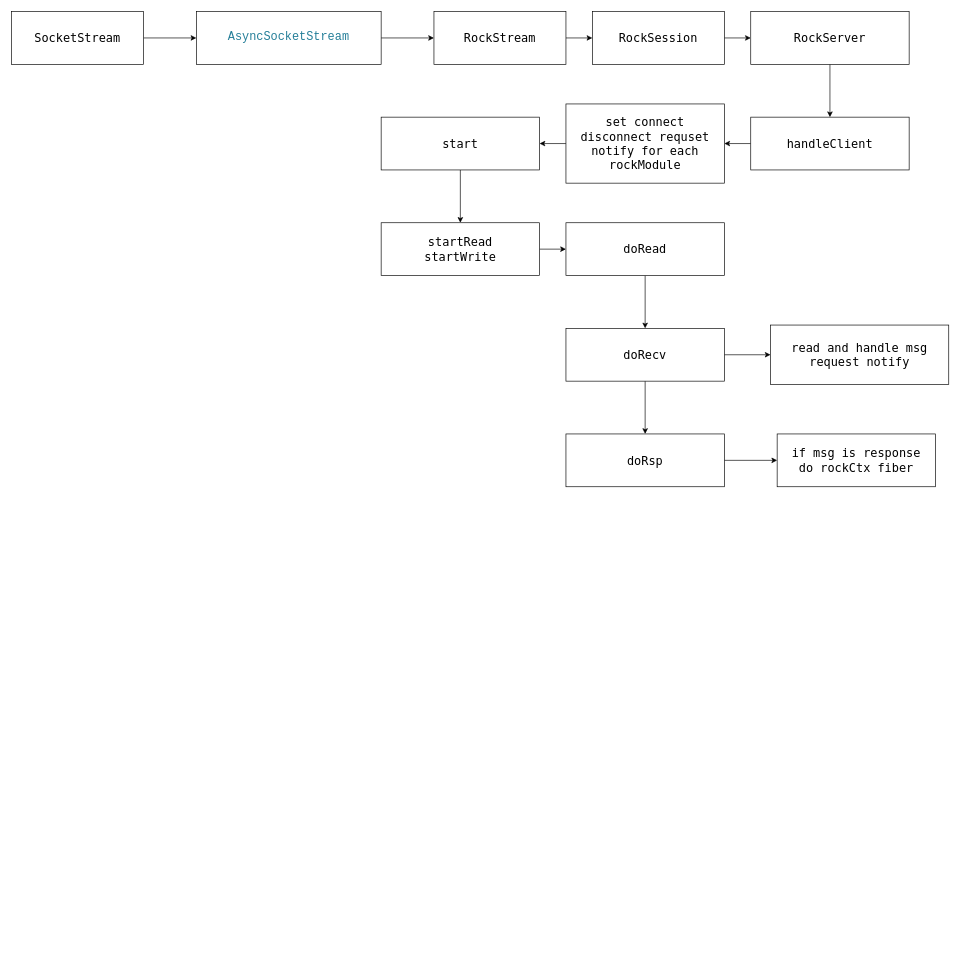
Earlier version of the draw.io diagram rockserver.drawio (Mn258/WebServer). Source tidied: cells renumbered, new cells numbered last; positions are measured from the earlier drawing's top-left corner, leaving out a move shared by most shapes. Both pictures are drawn from the tidied source at 66%, with x=0, y=0 at pixel (11, 11).
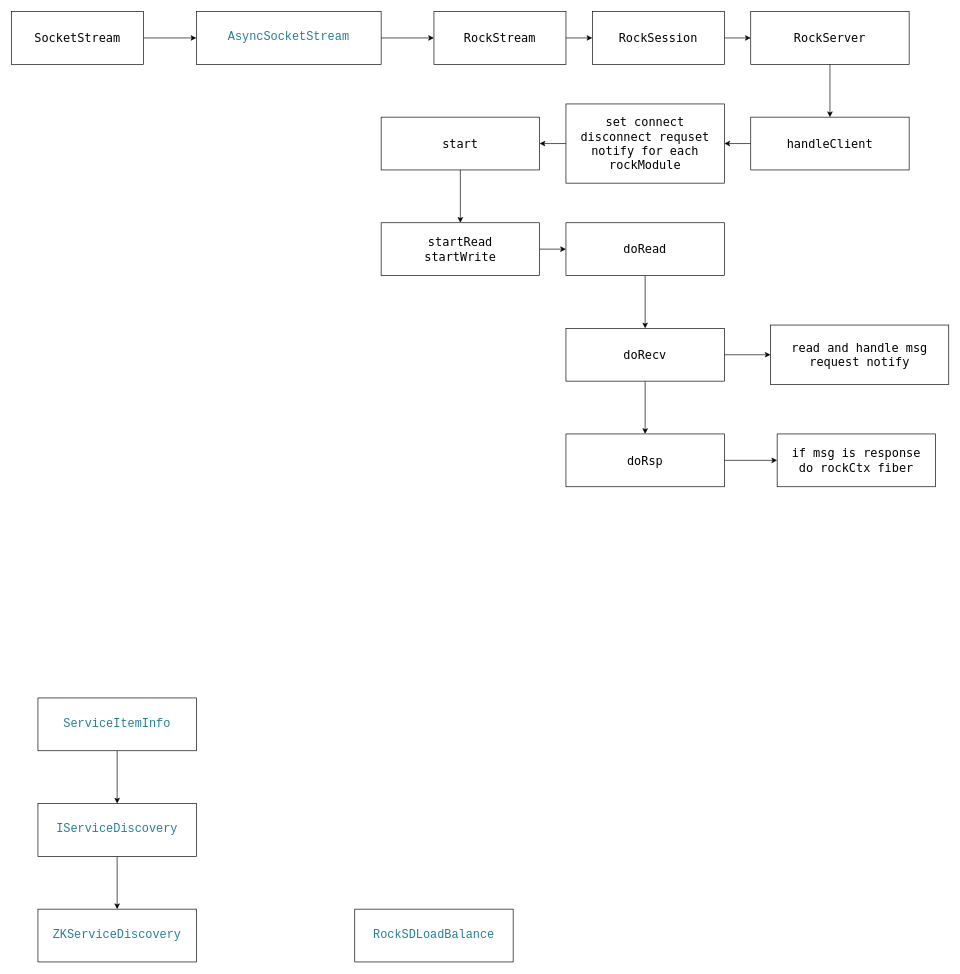
The same page after the edit.

What changed in the source:
```diff
@@
+    <mxCell id="29" style="edgeStyle=orthogonalEdgeStyle;rounded=0;jettySize=auto;html=1;" parent="1" edge="1" source="30" target="31">
+      <mxGeometry relative="1" as="geometry" />
+    </mxCell>
+    <mxCell id="30" value="&lt;div style=&quot;color: rgb(59, 59, 59); background-color: rgb(255, 255, 255); font-family: Consolas, &amp;quot;Courier New&amp;quot;, monospace; line-height: 19px; white-space: pre;&quot;&gt;&lt;div style=&quot;line-height: 19px;&quot;&gt;&lt;span style=&quot;color: rgb(38, 127, 153);&quot;&gt;&lt;font style=&quot;font-size: 18px;&quot;&gt;IServiceDiscovery&lt;/font&gt;&lt;/span&gt;&lt;/div&gt;&lt;/div&gt;" style="rounded=0;whiteSpace=wrap;html=1;" parent="1" vertex="1">
+      <mxGeometry x="40" y="1200" width="240" height="80" as="geometry" />
+    </mxCell>
+    <mxCell id="31" value="&lt;div style=&quot;color: rgb(59, 59, 59); background-color: rgb(255, 255, 255); font-family: Consolas, &amp;quot;Courier New&amp;quot;, monospace; line-height: 19px; white-space: pre;&quot;&gt;&lt;span style=&quot;color: rgb(38, 127, 153);&quot;&gt;&lt;font style=&quot;font-size: 18px;&quot;&gt;ZKServiceDiscovery&lt;/font&gt;&lt;/span&gt;&lt;/div&gt;" style="rounded=0;whiteSpace=wrap;html=1;" parent="1" vertex="1">
+      <mxGeometry x="40" y="1360" width="240" height="80" as="geometry" />
+    </mxCell>
+    <mxCell id="32" style="edgeStyle=orthogonalEdgeStyle;rounded=0;jettySize=auto;html=1;" parent="1" edge="1" source="33" target="30">
+      <mxGeometry relative="1" as="geometry" />
+    </mxCell>
+    <mxCell id="33" value="&lt;div style=&quot;color: rgb(59, 59, 59); background-color: rgb(255, 255, 255); font-family: Consolas, &amp;quot;Courier New&amp;quot;, monospace; line-height: 19px; white-space: pre;&quot;&gt;&lt;div style=&quot;line-height: 19px;&quot;&gt;&lt;div style=&quot;line-height: 19px;&quot;&gt;&lt;span style=&quot;color: rgb(38, 127, 153);&quot;&gt;&lt;font style=&quot;font-size: 18px;&quot;&gt;ServiceItemInfo&lt;/font&gt;&lt;/span&gt;&lt;/div&gt;&lt;/div&gt;&lt;/div&gt;" style="rounded=0;whiteSpace=wrap;html=1;" parent="1" vertex="1">
+      <mxGeometry x="40" y="1040" width="240" height="80" as="geometry" />
+    </mxCell>
+    <mxCell id="34" value="&lt;div style=&quot;color: rgb(59, 59, 59); background-color: rgb(255, 255, 255); font-family: Consolas, &amp;quot;Courier New&amp;quot;, monospace; line-height: 19px; white-space: pre;&quot;&gt;&lt;div style=&quot;line-height: 19px;&quot;&gt;&lt;span style=&quot;color: rgb(38, 127, 153);&quot;&gt;&lt;font style=&quot;font-size: 18px;&quot;&gt;RockSDLoadBalance&lt;/font&gt;&lt;/span&gt;&lt;/div&gt;&lt;/div&gt;" style="rounded=0;whiteSpace=wrap;html=1;" parent="1" vertex="1">
+      <mxGeometry x="520" y="1360" width="240" height="80" as="geometry" />
+    </mxCell>
```
